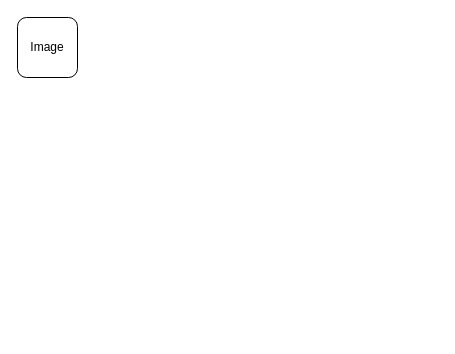
This is 云原生源码解读.drawio from enzoyes/desginsindraw, a draw.io file, before an edit. Source tidied: cells renumbered, new cells numbered last; positions are measured from the earlier drawing's top-left corner, leaving out a move shared by most shapes. Both pictures are drawn from the tidied source at 100%, with x=0, y=0 at pixel (17, 17).
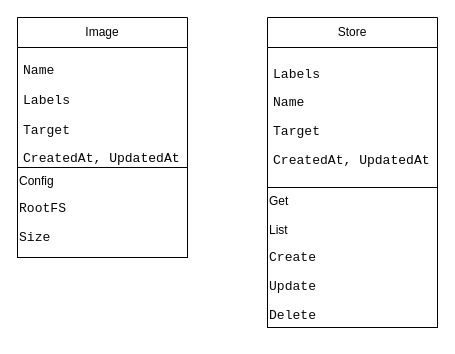
Above is the later version.

Commit message:
更新云原生源码解读.drawio

The edit, as a diff of the source:
```diff
@@
 <mxGraphModel>
   <root>
     <mxCell id="0" />
     <mxCell id="1" parent="0" />
+    <mxCell id="3" value="Store" style="swimlane;fontStyle=0;horizontal=1;startSize=30;whiteSpace=wrap;html=1;" parent="1" vertex="1">
+      <mxGeometry x="250" width="170" height="310" as="geometry" />
+    </mxCell>
+    <mxCell id="4" value="&lt;div style=&quot;background-color:#ffffff;color:#080808;font-family:'JetBrains Mono',monospace;font-size:9.8pt;&quot;&gt;&lt;pre&gt;&lt;pre style=&quot;border-color: var(--border-color);&quot;&gt;Labels&lt;/pre&gt;&lt;/pre&gt;&lt;pre&gt;Name&lt;/pre&gt;&lt;pre&gt;Target&lt;/pre&gt;&lt;pre&gt;&lt;div style=&quot;font-family: &amp;quot;JetBrains Mono&amp;quot;, monospace; font-size: 9.8pt;&quot;&gt;&lt;pre&gt;CreatedAt, &lt;span style=&quot;color:#000000;&quot;&gt;UpdatedAt&lt;/span&gt;&lt;/pre&gt;&lt;/div&gt;&lt;/pre&gt;&lt;/div&gt;" style="text;strokeColor=none;fillColor=none;align=left;verticalAlign=middle;spacingLeft=4;spacingRight=4;overflow=hidden;whiteSpace=wrap;html=1;" parent="3" vertex="1">
+      <mxGeometry y="30" width="170" height="140" as="geometry" />
+    </mxCell>
+    <mxCell id="5" value="Get&lt;br&gt;&lt;br&gt;List&lt;br&gt;&lt;div style=&quot;background-color:#ffffff;color:#080808;font-family:'JetBrains Mono',monospace;font-size:9.8pt;&quot;&gt;&lt;pre&gt;Create&lt;/pre&gt;&lt;pre&gt;&lt;div style=&quot;font-family: &amp;quot;JetBrains Mono&amp;quot;, monospace; font-size: 9.8pt;&quot;&gt;&lt;pre&gt;Update&lt;/pre&gt;&lt;pre&gt;&lt;div style=&quot;font-family: &amp;quot;JetBrains Mono&amp;quot;, monospace; font-size: 9.8pt;&quot;&gt;&lt;pre&gt;Delete&lt;/pre&gt;&lt;/div&gt;&lt;/pre&gt;&lt;/div&gt;&lt;/pre&gt;&lt;/div&gt;" style="rounded=0;whiteSpace=wrap;html=1;align=left;verticalAlign=top;" parent="3" vertex="1">
+      <mxGeometry y="170" width="170" height="140" as="geometry" />
+    </mxCell>
-    <mxCell id="2" value="Image" style="rounded=1;whiteSpace=wrap;html=1;" parent="1" vertex="1">
-      <mxGeometry width="60" height="60" as="geometry" />
+    <mxCell id="2" value="Image" style="swimlane;fontStyle=0;horizontal=1;startSize=30;whiteSpace=wrap;html=1;" parent="1" vertex="1">
+      <mxGeometry width="170" height="240" as="geometry" />
     </mxCell>
+    <mxCell id="6" value="&lt;div style=&quot;background-color:#ffffff;color:#080808;font-family:'JetBrains Mono',monospace;font-size:9.8pt;&quot;&gt;&lt;pre&gt;Name&lt;/pre&gt;&lt;/div&gt;" style="text;strokeColor=none;fillColor=none;align=left;verticalAlign=middle;spacingLeft=4;spacingRight=4;overflow=hidden;whiteSpace=wrap;html=1;" parent="2" vertex="1">
+      <mxGeometry y="30" width="170" height="30" as="geometry" />
+    </mxCell>
+    <mxCell id="7" value="&lt;div style=&quot;background-color:#ffffff;color:#080808;font-family:'JetBrains Mono',monospace;font-size:9.8pt;&quot;&gt;&lt;pre&gt;Labels&lt;/pre&gt;&lt;/div&gt;" style="text;strokeColor=none;fillColor=none;align=left;verticalAlign=middle;spacingLeft=4;spacingRight=4;overflow=hidden;whiteSpace=wrap;html=1;" parent="2" vertex="1">
+      <mxGeometry y="60" width="170" height="30" as="geometry" />
+    </mxCell>
+    <mxCell id="8" value="&lt;div style=&quot;background-color:#ffffff;color:#080808;font-family:'JetBrains Mono',monospace;font-size:9.8pt;&quot;&gt;&lt;pre&gt;Target&lt;/pre&gt;&lt;pre&gt;&lt;div style=&quot;font-family: &amp;quot;JetBrains Mono&amp;quot;, monospace; font-size: 9.8pt;&quot;&gt;&lt;pre&gt;CreatedAt, &lt;span style=&quot;color:#000000;&quot;&gt;UpdatedAt&lt;/span&gt;&lt;/pre&gt;&lt;/div&gt;&lt;/pre&gt;&lt;/div&gt;" style="text;strokeColor=none;fillColor=none;align=left;verticalAlign=middle;spacingLeft=4;spacingRight=4;overflow=hidden;whiteSpace=wrap;html=1;" parent="2" vertex="1">
+      <mxGeometry y="90" width="170" height="60" as="geometry" />
+    </mxCell>
+    <mxCell id="9" value="Config&lt;br&gt;&lt;div style=&quot;background-color:#ffffff;color:#080808;font-family:'JetBrains Mono',monospace;font-size:9.8pt;&quot;&gt;&lt;pre&gt;RootFS&lt;/pre&gt;&lt;pre&gt;&lt;div style=&quot;font-family: &amp;quot;JetBrains Mono&amp;quot;, monospace; font-size: 9.8pt;&quot;&gt;&lt;pre&gt;Size&lt;/pre&gt;&lt;/div&gt;&lt;/pre&gt;&lt;/div&gt;" style="rounded=0;whiteSpace=wrap;html=1;verticalAlign=top;align=left;" parent="2" vertex="1">
+      <mxGeometry y="150" width="170" height="90" as="geometry" />
+    </mxCell>
   </root>
 </mxGraphModel>
```
